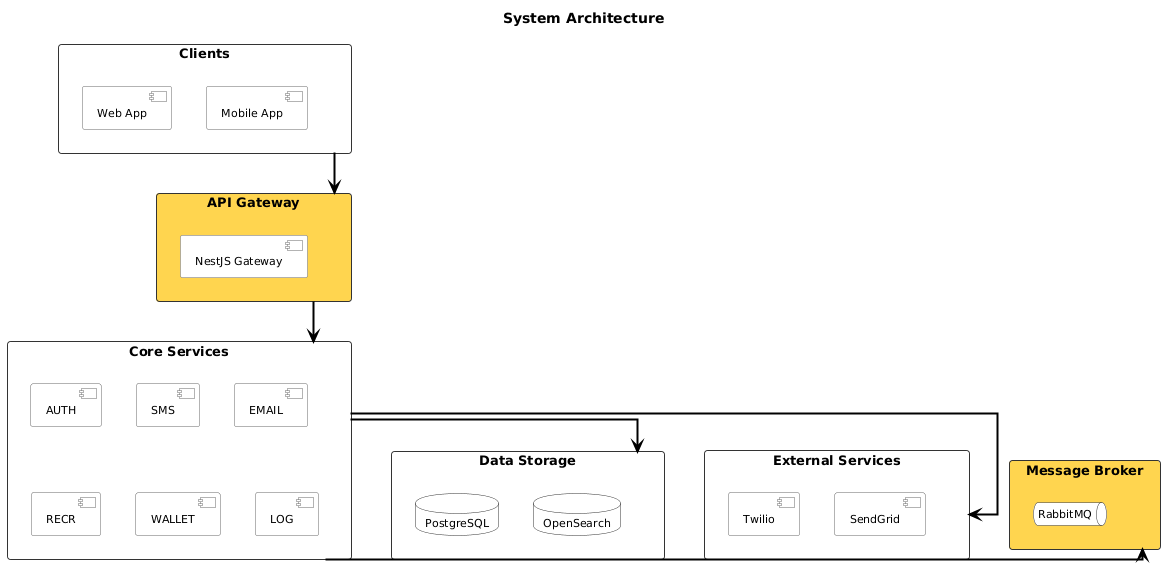
This is modules/dist/images/architecture/architecture-system.png from namnh240795/document, a PlantUML export, as it was before one commit.
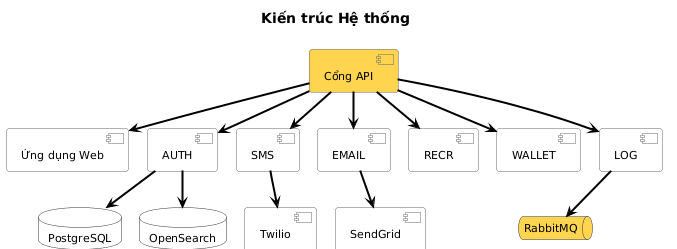
The same file after the commit.

Change to the diagram source:
```diff
@@ -1,24 +1,20 @@
 @startuml
 
+!pragma layout smetana
 top to bottom direction
 
-skinparam linetype ortho
 skinparam defaultFontName "Arial"
 skinparam defaultFontSize 12
 
-skinparam rectangle {
-  RoundCorner 6
-  BorderColor #333333
-  FontSize 13
-  FontStyle bold
-  FontColor #000000
-}
+skinparam nodesep 40
+skinparam ranksep 50
 
 skinparam component {
   BackgroundColor #FFFFFF
   BorderColor #666666
   FontSize 11
   FontColor #000000
+  RoundCorner 6
 }
 
 skinparam database {
@@ -40,53 +36,50 @@
   Thickness 2
 }
 
-title System Architecture
+skinparam linetype polyline
 
-rectangle "  Clients  " as clients #FFFFFF {
-  component "Web App" as web
-  component "Mobile App" as mobile
-}
+title Kiến trúc Hệ thống
 
-rectangle "  API Gateway  " as gw #FFD54F {
-  component "NestJS Gateway" as gateway
-}
+component "Cổng API" as gw #FFD54F
 
-rectangle "  Core Services  " as services #FFFFFF {
-  component "AUTH" as auth
-  component "SMS" as sms
-  component "EMAIL" as email
-  component "RECR" as recr
-  component "WALLET" as wallet
-  component "LOG" as log
-}
+component "Ứng dụng Web" as web
+component "AUTH" as auth
+component "SMS" as sms
+component "EMAIL" as email
+component "RECR" as recr
+component "WALLET" as wallet
+component "LOG" as log
 
-rectangle "  Data Storage  " as storage #FFFFFF {
-  database "PostgreSQL" as pg
-  database "OpenSearch" as os
-}
+database "PostgreSQL" as pg
+database "OpenSearch" as os
+component "Twilio" as twilio
+component "SendGrid" as sendgrid
+queue "RabbitMQ" as mq #FFD54F
 
-rectangle "  External Services  " as external #FFFFFF {
-  component "Twilio" as twilio
-  component "SendGrid" as sendgrid
-}
+gw -down-> web
+gw -down-> auth
+gw -down-> sms
+gw -down-> email
+gw -down-> recr
+gw -down-> wallet
+gw -down-> log
 
-rectangle "  Message Broker  " as broker #FFD54F {
-  queue "RabbitMQ" as mq
-}
+auth -down-> pg
+auth -down-> os
+sms -down-> twilio
+email -down-> sendgrid
+log -down-> mq
 
-clients -[hidden]down-> gw
-gw -[hidden]down-> services
+web -[hidden]right-> auth
+auth -[hidden]right-> sms
+sms -[hidden]right-> email
+email -[hidden]right-> recr
+recr -[hidden]right-> wallet
+wallet -[hidden]right-> log
 
-services -[hidden]down-> storage
-services -[hidden]down-> external
-services -[hidden]down-> broker
-storage -[hidden]right-> external
-external -[hidden]right-> broker
-
-clients -down-> gw
-gw -down-> services
-services -down-> storage
-services -down-> broker
-services -down-> external
+pg -[hidden]right-> os
+os -[hidden]right-> twilio
+twilio -[hidden]right-> sendgrid
+sendgrid -[hidden]right-> mq
 
 @enduml
```
